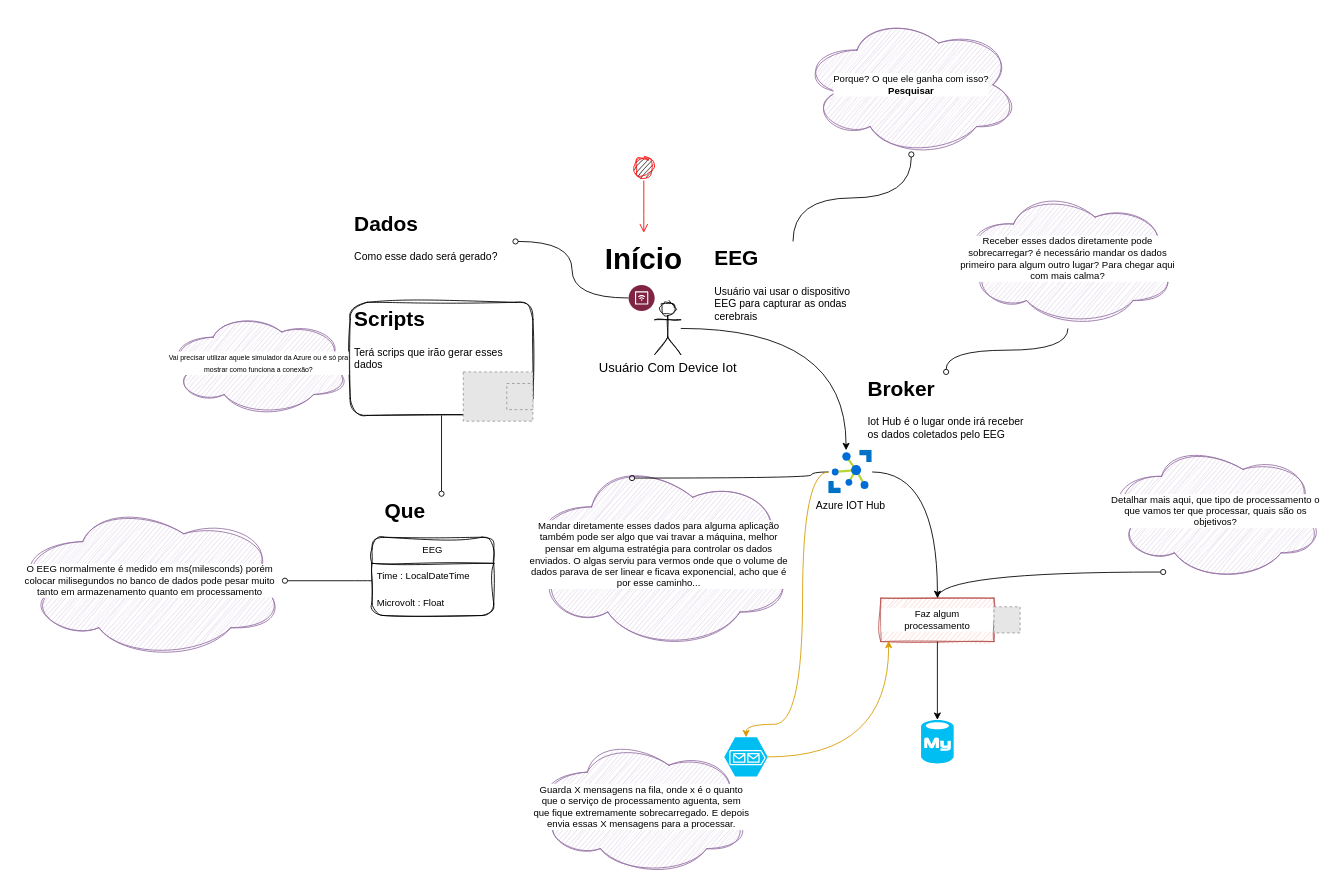
Above: eeg.drawio in South-s-Eagles/EEG-Sensor (draw.io), before the change. Source tidied: cells renumbered, new cells numbered last; positions are measured from the earlier drawing's top-left corner, leaving out a move shared by most shapes. Both pictures are drawn from the tidied source at 87%, with x=0, y=0 at pixel (15, 15). Pictures stored in the file or linked from it are replaced by grey dashed boxes.
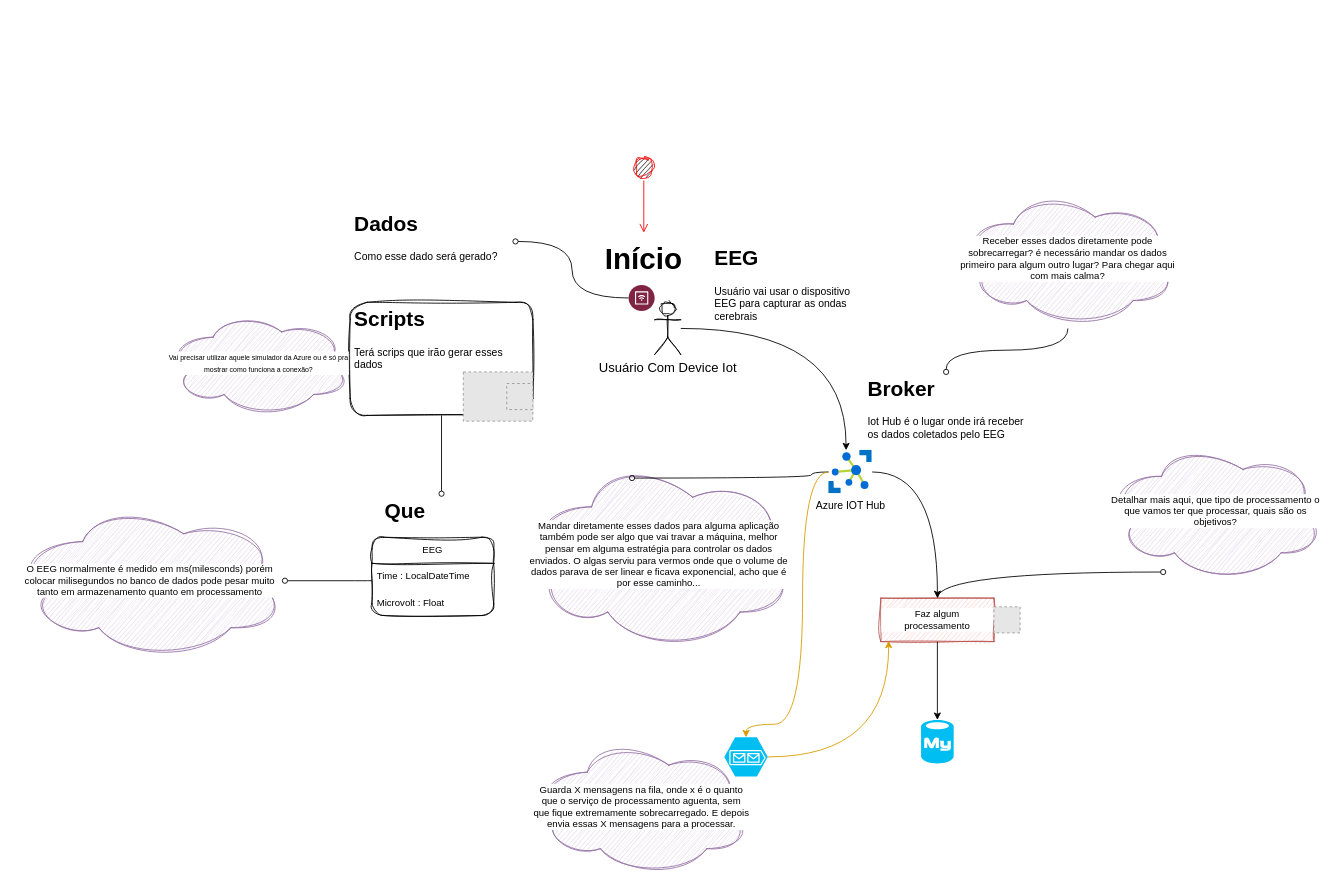
After the change.

The change refers to these unchanged cells:
```xml
<mxCell id="5" value="&lt;h1&gt;&lt;font face=&quot;Kalam&quot;&gt;EEG&lt;br&gt;&lt;/font&gt;&lt;/h1&gt;&lt;p&gt;&lt;font face=&quot;Kalam&quot;&gt;Usuário vai usar o dispositivo EEG para capturar as ondas cerebrais&lt;br&gt;&lt;/font&gt;&lt;/p&gt;" style="text;html=1;spacing=5;spacingTop=-20;whiteSpace=wrap;overflow=hidden;rounded=1;sketch=1;curveFitting=1;jiggle=2;" parent="1" vertex="1">
  <mxGeometry x="799" y="260" width="190" height="120" as="geometry" />
</mxCell>
```

The edit, as a diff of the source:
```diff
@@
-    <mxCell id="4" style="edgeStyle=orthogonalEdgeStyle;rounded=1;jettySize=auto;html=1;strokeColor=default;align=center;verticalAlign=middle;fontFamily=Helvetica;fontSize=11;fontColor=default;labelBackgroundColor=default;endArrow=oval;endFill=0;curved=1;" parent="1" edge="1" source="5" target="38">
-      <mxGeometry relative="1" as="geometry" />
-    </mxCell>
@@
-    <mxCell id="38" value="&lt;font face=&quot;Kalam&quot;&gt;Porque? O que ele ganha com isso? &lt;br&gt;&lt;b&gt;Pesquisar&lt;br&gt;&lt;/b&gt;&lt;/font&gt;" style="ellipse;shape=cloud;whiteSpace=wrap;html=1;fontFamily=Helvetica;fontSize=11;labelBackgroundColor=default;fillColor=#e1d5e7;strokeColor=#9673a6;sketch=1;curveFitting=1;jiggle=2;rounded=1;" parent="1" vertex="1">
-      <mxGeometry x="905" width="250" height="160" as="geometry" />
-    </mxCell>
```
